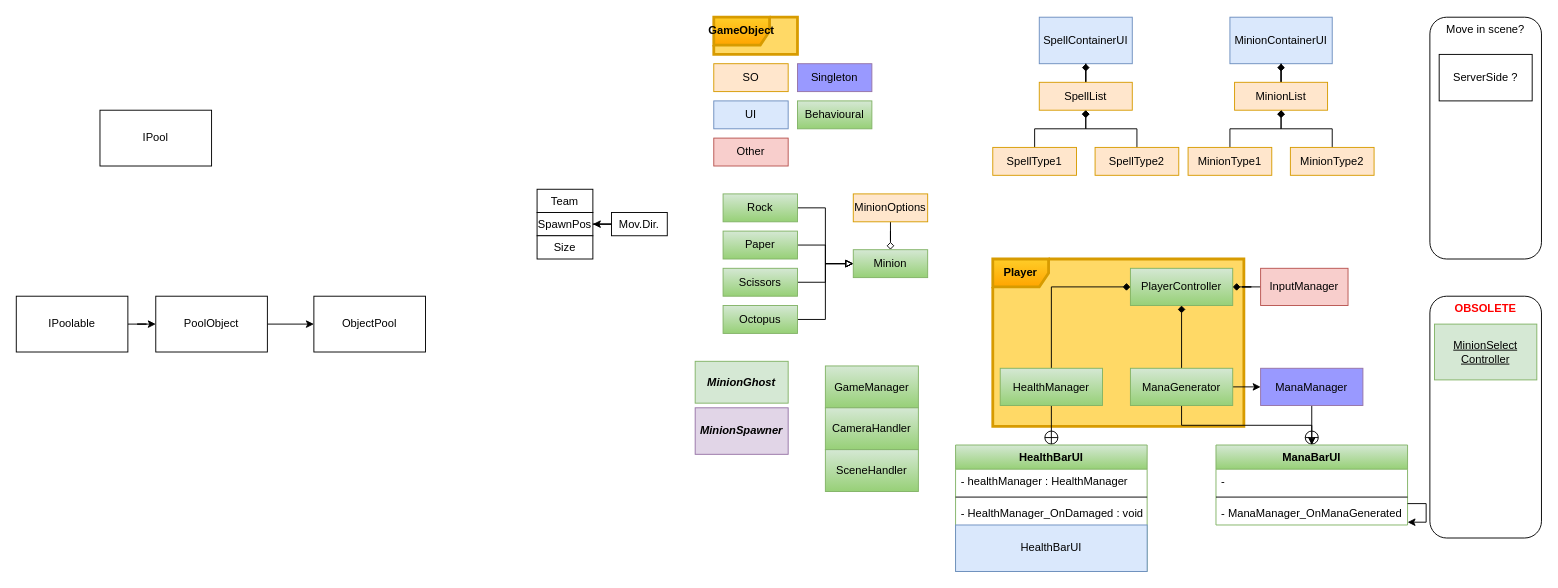
omerasikoglu/RPO keeps this draw.io diagram as Assets/RPO.drawio. Above is the earlier version. Source tidied: cells renumbered, new cells numbered last; positions are measured from the earlier drawing's top-left corner, leaving out a move shared by most shapes. Both pictures are drawn from the tidied source at 93%, with x=0, y=0 at pixel (16, 17).
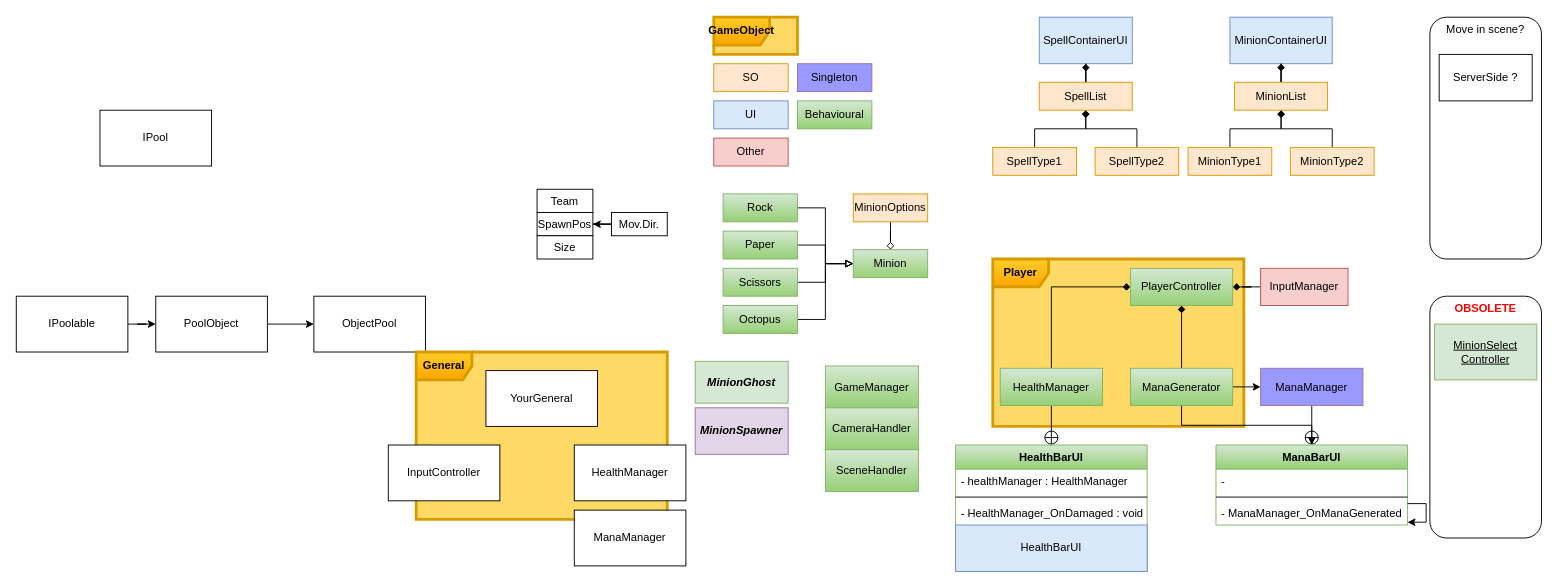
The same page after the edit.

Change to the diagram source:
```diff
@@
+    <mxCell id="76" value="&lt;b&gt;General&lt;/b&gt;" style="shape=umlFrame;whiteSpace=wrap;html=1;strokeColor=#d79b00;fillColor=#ffcd28;gradientColor=#ffa500;strokeWidth=3;perimeterSpacing=0;swimlaneFillColor=#FFD966;align=center;" parent="1" vertex="1">
+      <mxGeometry x="430" y="360" width="270" height="180" as="geometry" />
+    </mxCell>
+    <mxCell id="77" value="YourGeneral" style="rounded=0;whiteSpace=wrap;html=1;" parent="1" vertex="1">
+      <mxGeometry x="505" y="380" width="120" height="60" as="geometry" />
+    </mxCell>
+    <mxCell id="78" value="InputController" style="rounded=0;whiteSpace=wrap;html=1;" parent="1" vertex="1">
+      <mxGeometry x="400" y="460" width="120" height="60" as="geometry" />
+    </mxCell>
+    <mxCell id="79" value="HealthManager" style="rounded=0;whiteSpace=wrap;html=1;" parent="1" vertex="1">
+      <mxGeometry x="600" y="460" width="120" height="60" as="geometry" />
+    </mxCell>
+    <mxCell id="80" value="ManaManager" style="rounded=0;whiteSpace=wrap;html=1;" parent="1" vertex="1">
+      <mxGeometry x="600" y="530" width="120" height="60" as="geometry" />
+    </mxCell>
```
